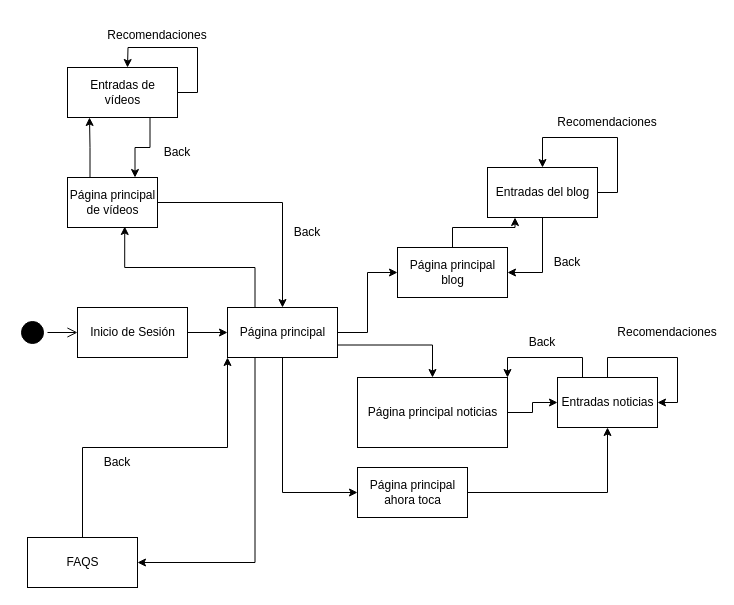
Earlier version of the draw.io diagram Diagrama de páginas.drawio (Jordise2002/GPIS). Source tidied: cells renumbered, new cells numbered last; positions are measured from the earlier drawing's top-left corner, leaving out a move shared by most shapes. Both pictures are drawn from the tidied source at 100%, with x=0, y=0 at pixel (17, 17).
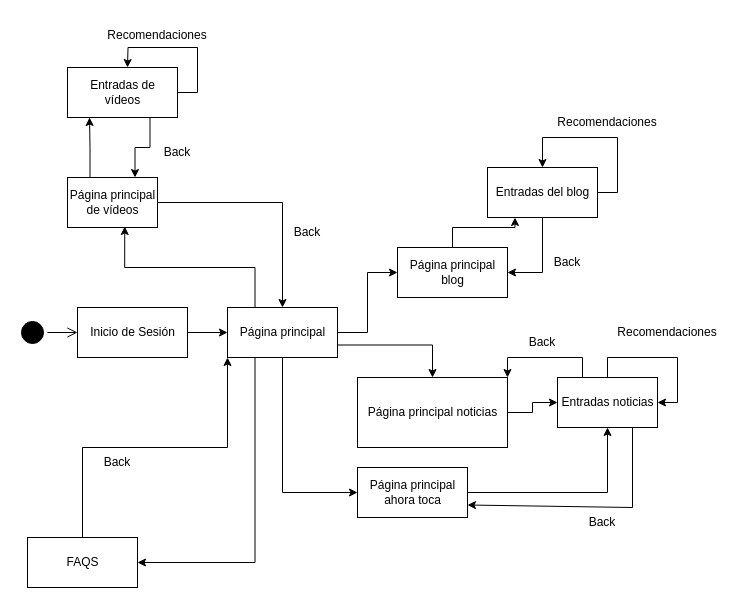
The same page after the edit.

The change refers to these unchanged cells:
```xml
<mxCell id="20" value="&lt;div&gt;Página principal&lt;/div&gt;&lt;div&gt;ahora toca&lt;br&gt;&lt;/div&gt;" style="html=1;strokeColor=#000000;" parent="1" vertex="1">
  <mxGeometry x="340" y="450" width="110" height="50" as="geometry" />
</mxCell>
<mxCell id="22" value="Entradas noticias" style="html=1;strokeColor=#000000;" parent="1" vertex="1">
  <mxGeometry x="540" y="360" width="100" height="50" as="geometry" />
</mxCell>
```

The edit, as a diff of the source:
```diff
@@
+    <mxCell id="40" style="endArrow=classic;html=1;rounded=0;exitX=0.75;exitY=1;exitDx=0;exitDy=0;entryX=1;entryY=0.75;entryDx=0;entryDy=0;" parent="1" edge="1" source="22" target="20">
+      <mxGeometry relative="1" as="geometry">
+        <Array as="points">
+          <mxPoint x="615" y="490" />
+        </Array>
+      </mxGeometry>
+    </mxCell>
+    <mxCell id="41" value="&lt;div&gt;Back&lt;/div&gt;" style="text;html=1;strokeColor=none;fillColor=none;align=center;verticalAlign=middle;whiteSpace=wrap;rounded=0;" parent="1" vertex="1">
+      <mxGeometry x="555" y="490" width="60" height="30" as="geometry" />
+    </mxCell>
```
